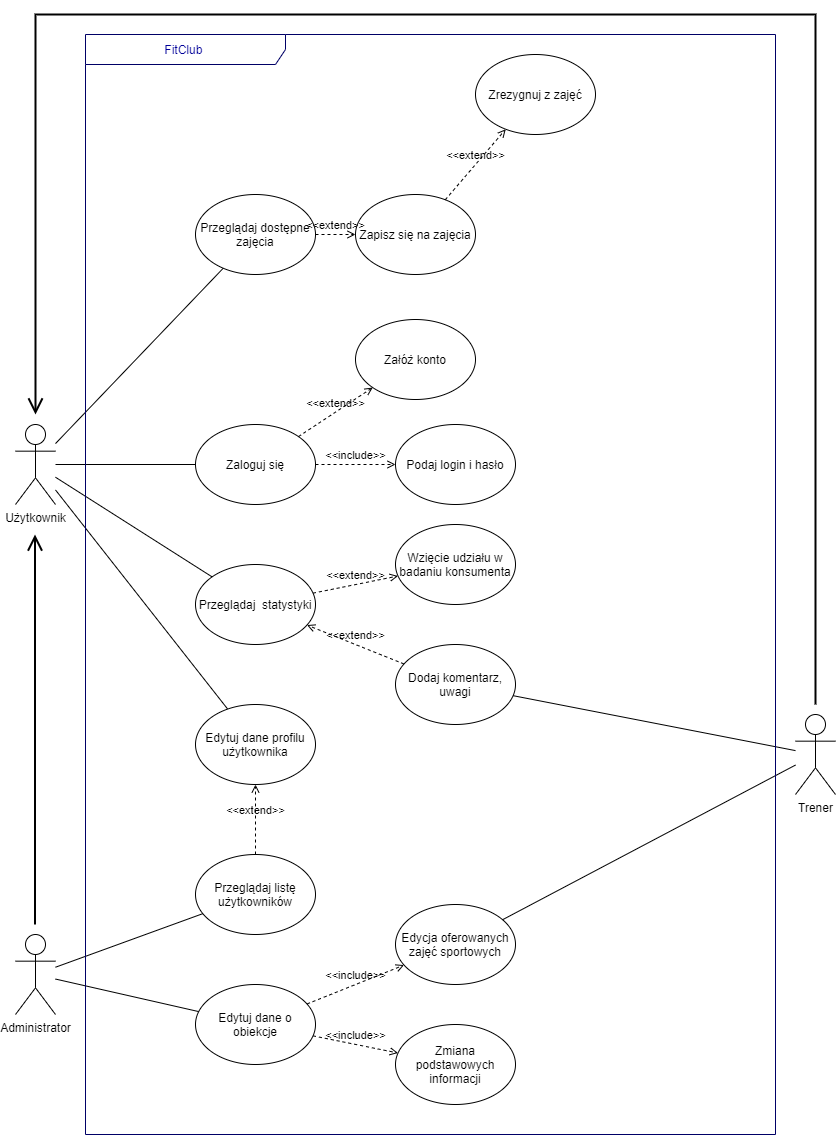
Earlier version of the draw.io export documentation/UseCaseDiagram/FitClub_Use_Case_Ogolny.png (piotr-jadczak/ProjektFitness-Spring-Boot-Aplication). Source tidied: cells renumbered, new cells last; positions are measured from the earlier drawing's top-left corner, leaving out a move shared by most shapes.
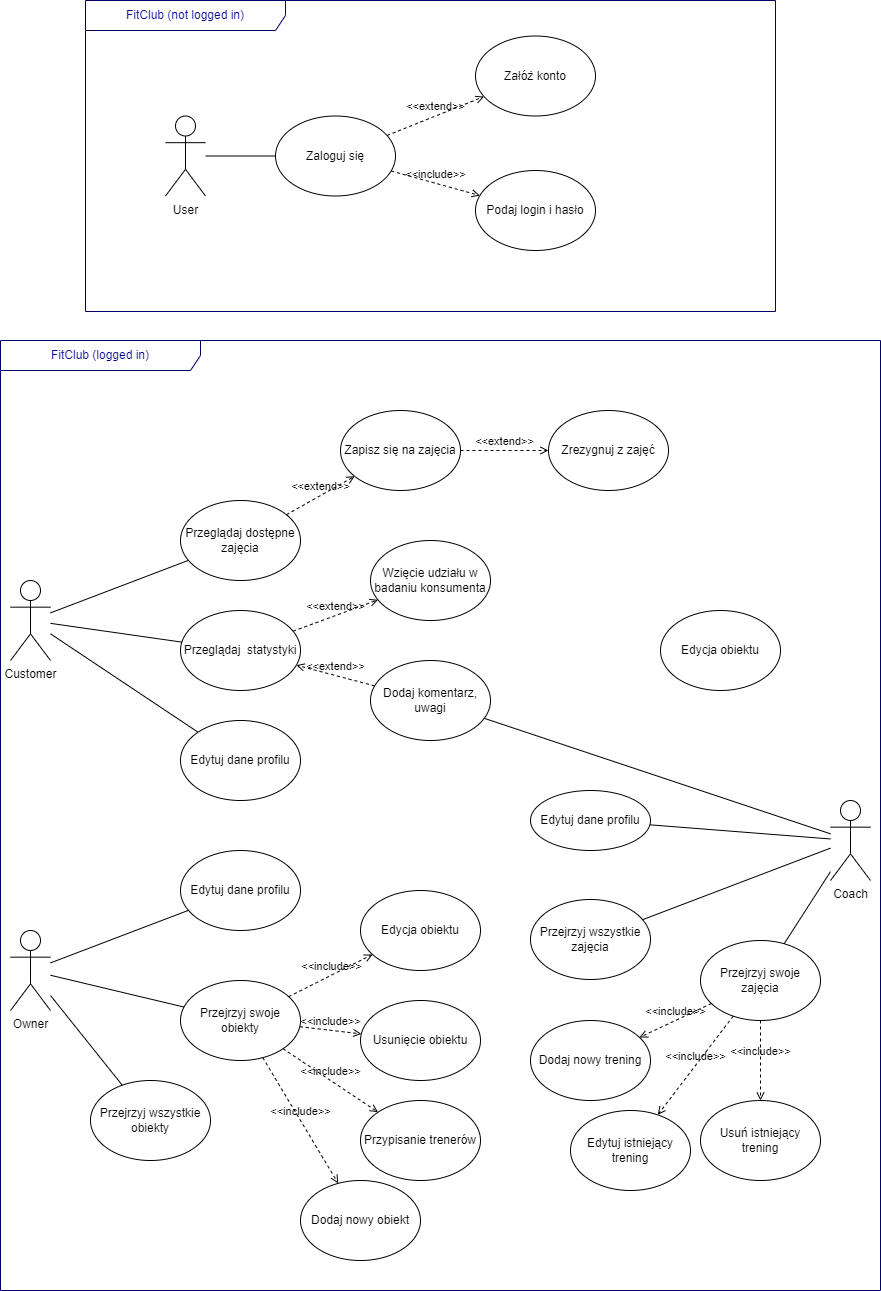
After the change.

Commit message:
Update Use_Case_Diagram_Ogolny

The edit, as a diff of the source:
```diff
@@ -2,126 +2,167 @@
   <root>
     <mxCell id="0" />
     <mxCell id="1" parent="0" />
-    <mxCell id="2" value="Użytkownik" style="shape=umlActor;verticalLabelPosition=bottom;verticalAlign=top;html=1;outlineConnect=0;" parent="1" vertex="1">
-      <mxGeometry y="410" width="40" height="80" as="geometry" />
-    </mxCell>
+    <mxCell id="39" value="Customer" style="shape=umlActor;verticalLabelPosition=bottom;verticalAlign=top;html=1;outlineConnect=0;" parent="1" vertex="1">
+      <mxGeometry x="20" y="270" width="40" height="80" as="geometry" />
+    </mxCell>
     <mxCell id="3" value="Zaloguj się" style="ellipse;whiteSpace=wrap;html=1;fontColor=#000000;" parent="1" vertex="1">
-      <mxGeometry x="180" y="410" width="120" height="80" as="geometry" />
+      <mxGeometry x="285" y="-194.5" width="120" height="80" as="geometry" />
     </mxCell>
-    <mxCell id="4" style="endArrow=none;html=1;rounded=0;fontColor=#000000;" parent="1" edge="1" source="2" target="3">
-      <mxGeometry relative="1" as="geometry" />
-    </mxCell>
     <mxCell id="5" value="&amp;lt;&amp;lt;extend&amp;gt;&amp;gt;" style="html=1;verticalAlign=bottom;labelBackgroundColor=none;endArrow=open;endFill=0;dashed=1;rounded=0;fontColor=#000000;" parent="1" edge="1" source="3" target="6">
       <mxGeometry relative="1" as="geometry" />
     </mxCell>
     <mxCell id="6" value="Załóż konto" style="ellipse;whiteSpace=wrap;html=1;fontColor=#000000;" parent="1" vertex="1">
-      <mxGeometry x="340" y="305" width="120" height="80" as="geometry" />
+      <mxGeometry x="485" y="-274.5" width="120" height="80" as="geometry" />
     </mxCell>
     <mxCell id="7" value="&amp;lt;&amp;lt;include&amp;gt;&amp;gt;" style="html=1;verticalAlign=bottom;labelBackgroundColor=none;endArrow=open;endFill=0;dashed=1;rounded=0;fontColor=#000000;" parent="1" edge="1" source="3" target="8">
       <mxGeometry relative="1" as="geometry" />
     </mxCell>
     <mxCell id="8" value="Podaj login i hasło" style="ellipse;whiteSpace=wrap;html=1;fontColor=#000000;" parent="1" vertex="1">
-      <mxGeometry x="380" y="410" width="120" height="80" as="geometry" />
+      <mxGeometry x="485" y="-140" width="120" height="80" as="geometry" />
     </mxCell>
     <mxCell id="9" value="Przeglądaj&amp;nbsp; statystyki" style="ellipse;whiteSpace=wrap;html=1;fontColor=#000000;" parent="1" vertex="1">
-      <mxGeometry x="180" y="550" width="120" height="80" as="geometry" />
+      <mxGeometry x="190" y="300" width="120" height="80" as="geometry" />
     </mxCell>
     <mxCell id="10" value="Wzięcie udziału w badaniu konsumenta" style="ellipse;whiteSpace=wrap;html=1;fontColor=#000000;" parent="1" vertex="1">
-      <mxGeometry x="380" y="510" width="120" height="80" as="geometry" />
+      <mxGeometry x="380" y="230" width="120" height="80" as="geometry" />
     </mxCell>
     <mxCell id="11" value="&amp;lt;&amp;lt;extend&amp;gt;&amp;gt;" style="html=1;verticalAlign=bottom;labelBackgroundColor=none;endArrow=open;endFill=0;dashed=1;rounded=0;fontColor=#000000;" parent="1" edge="1" source="12" target="9">
       <mxGeometry relative="1" as="geometry" />
     </mxCell>
     <mxCell id="12" value="Dodaj komentarz, uwagi" style="ellipse;whiteSpace=wrap;html=1;fontColor=#000000;" parent="1" vertex="1">
-      <mxGeometry x="380" y="630" width="120" height="80" as="geometry" />
+      <mxGeometry x="380" y="350" width="120" height="80" as="geometry" />
     </mxCell>
     <mxCell id="13" value="&amp;lt;&amp;lt;extend&amp;gt;&amp;gt;" style="html=1;verticalAlign=bottom;labelBackgroundColor=none;endArrow=open;endFill=0;dashed=1;rounded=0;fontColor=#000000;" parent="1" edge="1" source="9" target="10">
       <mxGeometry relative="1" as="geometry" />
     </mxCell>
-    <mxCell id="14" style="endArrow=none;html=1;rounded=0;fontColor=#000000;" parent="1" edge="1" source="2" target="9">
-      <mxGeometry relative="1" as="geometry" />
-    </mxCell>
-    <mxCell id="15" value="Trener" style="shape=umlActor;verticalLabelPosition=bottom;verticalAlign=top;html=1;outlineConnect=0;" parent="1" vertex="1">
-      <mxGeometry x="780" y="700" width="40" height="80" as="geometry" />
-    </mxCell>
-    <mxCell id="16" style="endArrow=none;html=1;rounded=0;fontColor=#000000;" parent="1" edge="1" source="12" target="15">
-      <mxGeometry relative="1" as="geometry" />
-    </mxCell>
-    <mxCell id="17" value="Administrator" style="shape=umlActor;verticalLabelPosition=bottom;verticalAlign=top;html=1;outlineConnect=0;" parent="1" vertex="1">
-      <mxGeometry y="920" width="40" height="80" as="geometry" />
-    </mxCell>
-    <mxCell id="18" value="Edytuj dane o obiekcje" style="ellipse;whiteSpace=wrap;html=1;fontColor=#000000;" parent="1" vertex="1">
-      <mxGeometry x="180" y="970" width="120" height="80" as="geometry" />
-    </mxCell>
-    <mxCell id="19" style="endArrow=none;html=1;rounded=0;fontColor=#000000;" parent="1" edge="1" source="17" target="18">
-      <mxGeometry relative="1" as="geometry" />
-    </mxCell>
-    <mxCell id="20" value="&amp;lt;&amp;lt;include&amp;gt;&amp;gt;" style="html=1;verticalAlign=bottom;labelBackgroundColor=none;endArrow=open;endFill=0;dashed=1;rounded=0;fontColor=#000000;" parent="1" edge="1" source="18" target="21">
-      <mxGeometry relative="1" as="geometry" />
-    </mxCell>
-    <mxCell id="21" value="Zmiana podstawowych informacji" style="ellipse;whiteSpace=wrap;html=1;fontColor=#000000;" parent="1" vertex="1">
-      <mxGeometry x="380" y="1010" width="120" height="80" as="geometry" />
-    </mxCell>
-    <mxCell id="22" value="Edycja oferowanych zajęć sportowych" style="ellipse;whiteSpace=wrap;html=1;fontColor=#000000;" parent="1" vertex="1">
-      <mxGeometry x="380" y="890" width="120" height="80" as="geometry" />
-    </mxCell>
-    <mxCell id="23" value="&amp;lt;&amp;lt;include&amp;gt;&amp;gt;" style="html=1;verticalAlign=bottom;labelBackgroundColor=none;endArrow=open;endFill=0;dashed=1;rounded=0;fontColor=#000000;" parent="1" edge="1" source="18" target="22">
-      <mxGeometry relative="1" as="geometry" />
-    </mxCell>
-    <mxCell id="24" style="endArrow=none;html=1;rounded=0;fontColor=#000000;" parent="1" edge="1" source="22" target="15">
-      <mxGeometry relative="1" as="geometry" />
-    </mxCell>
-    <mxCell id="25" value="Przeglądaj listę użytkowników" style="ellipse;whiteSpace=wrap;html=1;fontColor=#000000;" parent="1" vertex="1">
-      <mxGeometry x="180" y="840" width="120" height="80" as="geometry" />
-    </mxCell>
-    <mxCell id="26" style="endArrow=none;html=1;rounded=0;fontColor=#000000;" parent="1" edge="1" source="17" target="25">
-      <mxGeometry relative="1" as="geometry" />
-    </mxCell>
-    <mxCell id="27" style="endArrow=none;html=1;rounded=0;fontColor=#000000;" parent="1" edge="1" source="2" target="28">
-      <mxGeometry relative="1" as="geometry" />
-    </mxCell>
-    <mxCell id="28" value="Edytuj dane profilu użytkownika" style="ellipse;whiteSpace=wrap;html=1;fontColor=#000000;" parent="1" vertex="1">
-      <mxGeometry x="180" y="690" width="120" height="80" as="geometry" />
-    </mxCell>
-    <mxCell id="29" value="&amp;lt;&amp;lt;extend&amp;gt;&amp;gt;" style="html=1;verticalAlign=bottom;labelBackgroundColor=none;endArrow=open;endFill=0;dashed=1;rounded=0;fontColor=#000000;" parent="1" edge="1" source="25" target="28">
-      <mxGeometry relative="1" as="geometry" />
-    </mxCell>
+    <mxCell id="40" style="endArrow=none;html=1;rounded=0;fontColor=#000000;" parent="1" edge="1" source="39" target="9">
+      <mxGeometry relative="1" as="geometry" />
+    </mxCell>
+    <mxCell id="41" value="Coach" style="shape=umlActor;verticalLabelPosition=bottom;verticalAlign=top;html=1;outlineConnect=0;" parent="1" vertex="1">
+      <mxGeometry x="840" y="490" width="40" height="80" as="geometry" />
+    </mxCell>
+    <mxCell id="42" style="endArrow=none;html=1;rounded=0;fontColor=#000000;" parent="1" edge="1" source="12" target="41">
+      <mxGeometry relative="1" as="geometry" />
+    </mxCell>
+    <mxCell id="43" value="Owner" style="shape=umlActor;verticalLabelPosition=bottom;verticalAlign=top;html=1;outlineConnect=0;" parent="1" vertex="1">
+      <mxGeometry x="20" y="620" width="40" height="80" as="geometry" />
+    </mxCell>
+    <mxCell id="44" value="Przejrzyj swoje obiekty" style="ellipse;whiteSpace=wrap;html=1;fontColor=#000000;" parent="1" vertex="1">
+      <mxGeometry x="190" y="670" width="120" height="80" as="geometry" />
+    </mxCell>
+    <mxCell id="45" style="endArrow=none;html=1;rounded=0;fontColor=#000000;" parent="1" edge="1" source="43" target="44">
+      <mxGeometry relative="1" as="geometry" />
+    </mxCell>
+    <mxCell id="46" value="&amp;lt;&amp;lt;include&amp;gt;&amp;gt;" style="html=1;verticalAlign=bottom;labelBackgroundColor=none;endArrow=open;endFill=0;dashed=1;rounded=0;fontColor=#000000;" parent="1" edge="1" source="44" target="47">
+      <mxGeometry relative="1" as="geometry" />
+    </mxCell>
+    <mxCell id="47" value="Edycja obiektu" style="ellipse;whiteSpace=wrap;html=1;fontColor=#000000;" parent="1" vertex="1">
+      <mxGeometry x="370" y="580" width="120" height="80" as="geometry" />
+    </mxCell>
+    <mxCell id="48" value="Przejrzyj wszystkie zajęcia" style="ellipse;whiteSpace=wrap;html=1;fontColor=#000000;direction=west;" parent="1" vertex="1">
+      <mxGeometry x="540" y="589" width="120" height="80" as="geometry" />
+    </mxCell>
+    <mxCell id="49" style="endArrow=none;html=1;rounded=0;fontColor=#000000;" parent="1" edge="1" source="48" target="41">
+      <mxGeometry relative="1" as="geometry" />
+    </mxCell>
+    <mxCell id="50" value="Edytuj dane profilu" style="ellipse;whiteSpace=wrap;html=1;fontColor=#000000;" parent="1" vertex="1">
+      <mxGeometry x="190" y="540" width="120" height="80" as="geometry" />
+    </mxCell>
+    <mxCell id="51" style="endArrow=none;html=1;rounded=0;fontColor=#000000;" parent="1" edge="1" source="43" target="50">
+      <mxGeometry relative="1" as="geometry" />
+    </mxCell>
+    <mxCell id="52" style="endArrow=none;html=1;rounded=0;fontColor=#000000;" parent="1" edge="1" source="39" target="53">
+      <mxGeometry relative="1" as="geometry" />
+    </mxCell>
+    <mxCell id="53" value="Edytuj dane profilu" style="ellipse;whiteSpace=wrap;html=1;fontColor=#000000;" parent="1" vertex="1">
+      <mxGeometry x="190" y="410" width="120" height="80" as="geometry" />
+    </mxCell>
     <mxCell id="30" value="Przeglądaj dostępne zajęcia" style="ellipse;whiteSpace=wrap;html=1;fontColor=#000000;" parent="1" vertex="1">
-      <mxGeometry x="180" y="180" width="120" height="80" as="geometry" />
+      <mxGeometry x="190" y="190" width="120" height="80" as="geometry" />
     </mxCell>
     <mxCell id="31" value="Zapisz się na zajęcia" style="ellipse;whiteSpace=wrap;html=1;fontColor=#000000;" parent="1" vertex="1">
-      <mxGeometry x="340" y="180" width="120" height="80" as="geometry" />
+      <mxGeometry x="350" y="100" width="120" height="80" as="geometry" />
     </mxCell>
     <mxCell id="32" value="Zrezygnuj z zajęć" style="ellipse;whiteSpace=wrap;html=1;fontColor=#000000;" parent="1" vertex="1">
-      <mxGeometry x="460" y="40" width="120" height="80" as="geometry" />
+      <mxGeometry x="558" y="100" width="120" height="80" as="geometry" />
     </mxCell>
     <mxCell id="33" value="&amp;lt;&amp;lt;extend&amp;gt;&amp;gt;" style="html=1;verticalAlign=bottom;labelBackgroundColor=none;endArrow=open;endFill=0;dashed=1;rounded=0;fontColor=#000000;" parent="1" edge="1" source="30" target="31">
       <mxGeometry relative="1" as="geometry" />
     </mxCell>
-    <mxCell id="34" style="endArrow=none;html=1;rounded=0;fontColor=#000000;" parent="1" edge="1" source="2" target="30">
-      <mxGeometry relative="1" as="geometry" />
-    </mxCell>
+    <mxCell id="54" style="endArrow=none;html=1;rounded=0;fontColor=#000000;" parent="1" edge="1" source="39" target="30">
+      <mxGeometry relative="1" as="geometry" />
+    </mxCell>
     <mxCell id="35" value="&amp;lt;&amp;lt;extend&amp;gt;&amp;gt;" style="html=1;verticalAlign=bottom;labelBackgroundColor=none;endArrow=open;endFill=0;dashed=1;rounded=0;fontColor=#000000;" parent="1" edge="1" source="31" target="32">
       <mxGeometry relative="1" as="geometry" />
     </mxCell>
-    <mxCell id="36" style="endArrow=open;endFill=1;endSize=12;html=1;rounded=0;strokeWidth=2;" parent="1" edge="1">
-      <mxGeometry relative="1" as="geometry">
-        <mxPoint x="800" y="690" as="sourcePoint" />
-        <mxPoint x="20" y="400" as="targetPoint" />
-        <Array as="points">
-          <mxPoint x="800" />
-          <mxPoint x="20" />
-        </Array>
-      </mxGeometry>
-    </mxCell>
-    <mxCell id="37" style="endArrow=open;endFill=1;endSize=12;html=1;rounded=0;strokeWidth=2;" parent="1" edge="1">
-      <mxGeometry relative="1" as="geometry">
-        <mxPoint x="19.5" y="910" as="sourcePoint" />
-        <mxPoint x="19.5" y="520" as="targetPoint" />
-      </mxGeometry>
-    </mxCell>
-    <mxCell id="38" value="FitClub&amp;nbsp;" style="shape=umlFrame;whiteSpace=wrap;html=1;strokeWidth=1;fillColor=none;width=200;height=30;fontColor=#000099;strokeColor=#000066;" parent="1" vertex="1">
-      <mxGeometry x="70" y="20" width="690" height="1100" as="geometry" />
-    </mxCell>
+    <mxCell id="55" value="FitClub (logged in)" style="shape=umlFrame;whiteSpace=wrap;html=1;strokeWidth=1;fillColor=none;width=200;height=30;fontColor=#000099;strokeColor=#000066;" parent="1" vertex="1">
+      <mxGeometry x="10" y="30" width="880" height="950" as="geometry" />
+    </mxCell>
+    <mxCell id="56" value="&lt;span&gt;Edytuj dane profilu&lt;/span&gt;" style="ellipse;whiteSpace=wrap;html=1;" parent="1" vertex="1">
+      <mxGeometry x="540" y="480" width="120" height="60" as="geometry" />
+    </mxCell>
+    <mxCell id="57" style="endArrow=none;html=1;rounded=0;fontColor=#000000;" parent="1" edge="1" source="56" target="41">
+      <mxGeometry relative="1" as="geometry" />
+    </mxCell>
+    <mxCell id="58" value="FitClub (not logged in)" style="shape=umlFrame;whiteSpace=wrap;html=1;strokeWidth=1;fillColor=none;width=200;height=30;fontColor=#000099;strokeColor=#000066;" parent="1" vertex="1">
+      <mxGeometry x="95" y="-310" width="690" height="311" as="geometry" />
+    </mxCell>
+    <mxCell id="59" style="jettySize=auto;html=1;endArrow=none;endFill=0;strokeColor=default;rounded=0;" parent="1" edge="1" source="60" target="3">
+      <mxGeometry relative="1" as="geometry" />
+    </mxCell>
+    <mxCell id="60" value="User" style="shape=umlActor;verticalLabelPosition=bottom;verticalAlign=top;html=1;outlineConnect=0;" parent="1" vertex="1">
+      <mxGeometry x="175" y="-194.5" width="40" height="80" as="geometry" />
+    </mxCell>
+    <mxCell id="61" value="Usunięcie obiektu" style="ellipse;whiteSpace=wrap;html=1;fontColor=#000000;" parent="1" vertex="1">
+      <mxGeometry x="370" y="690" width="120" height="80" as="geometry" />
+    </mxCell>
+    <mxCell id="62" value="&amp;lt;&amp;lt;include&amp;gt;&amp;gt;" style="html=1;verticalAlign=bottom;labelBackgroundColor=none;endArrow=open;endFill=0;dashed=1;rounded=0;fontColor=#000000;" parent="1" edge="1" source="44" target="61">
+      <mxGeometry relative="1" as="geometry" />
+    </mxCell>
+    <mxCell id="63" value="Przejrzyj wszystkie obiekty" style="ellipse;whiteSpace=wrap;html=1;fontColor=#000000;" parent="1" vertex="1">
+      <mxGeometry x="100" y="770" width="120" height="80" as="geometry" />
+    </mxCell>
+    <mxCell id="64" value="Przypisanie trenerów" style="ellipse;whiteSpace=wrap;html=1;fontColor=#000000;" parent="1" vertex="1">
+      <mxGeometry x="370" y="790" width="120" height="80" as="geometry" />
+    </mxCell>
+    <mxCell id="65" value="&amp;lt;&amp;lt;include&amp;gt;&amp;gt;" style="html=1;verticalAlign=bottom;labelBackgroundColor=none;endArrow=open;endFill=0;dashed=1;rounded=0;fontColor=#000000;" parent="1" edge="1" source="44" target="64">
+      <mxGeometry relative="1" as="geometry" />
+    </mxCell>
+    <mxCell id="66" style="endArrow=none;html=1;rounded=0;fontColor=#000000;" parent="1" edge="1" source="43" target="63">
+      <mxGeometry relative="1" as="geometry" />
+    </mxCell>
+    <mxCell id="67" value="Przejrzyj swoje zajęcia" style="ellipse;whiteSpace=wrap;html=1;fontColor=#000000;" parent="1" vertex="1">
+      <mxGeometry x="710" y="630" width="120" height="80" as="geometry" />
+    </mxCell>
+    <mxCell id="68" style="endArrow=none;html=1;rounded=0;fontColor=#000000;" parent="1" edge="1" source="67" target="41">
+      <mxGeometry relative="1" as="geometry" />
+    </mxCell>
+    <mxCell id="69" value="Edycja obiektu" style="ellipse;whiteSpace=wrap;html=1;fontColor=#000000;" parent="1" vertex="1">
+      <mxGeometry x="670" y="300" width="120" height="80" as="geometry" />
+    </mxCell>
+    <mxCell id="70" value="&amp;lt;&amp;lt;include&amp;gt;&amp;gt;" style="html=1;verticalAlign=bottom;labelBackgroundColor=none;endArrow=open;endFill=0;dashed=1;rounded=0;fontColor=#000000;" parent="1" edge="1" source="44" target="71">
+      <mxGeometry relative="1" as="geometry" />
+    </mxCell>
+    <mxCell id="71" value="Dodaj nowy obiekt" style="ellipse;whiteSpace=wrap;html=1;fontColor=#000000;" parent="1" vertex="1">
+      <mxGeometry x="310" y="870" width="120" height="80" as="geometry" />
+    </mxCell>
+    <mxCell id="72" value="Dodaj nowy trening" style="ellipse;whiteSpace=wrap;html=1;fontColor=#000000;" parent="1" vertex="1">
+      <mxGeometry x="540" y="710" width="120" height="80" as="geometry" />
+    </mxCell>
+    <mxCell id="73" value="&amp;lt;&amp;lt;include&amp;gt;&amp;gt;" style="html=1;verticalAlign=bottom;labelBackgroundColor=none;endArrow=open;endFill=0;dashed=1;rounded=0;fontColor=#000000;" parent="1" edge="1" source="67" target="72">
+      <mxGeometry relative="1" as="geometry" />
+    </mxCell>
+    <mxCell id="74" value="Edytuj istniejący trening" style="ellipse;whiteSpace=wrap;html=1;fontColor=#000000;" parent="1" vertex="1">
+      <mxGeometry x="580" y="800" width="120" height="80" as="geometry" />
+    </mxCell>
+    <mxCell id="75" value="&amp;lt;&amp;lt;include&amp;gt;&amp;gt;" style="html=1;verticalAlign=bottom;labelBackgroundColor=none;endArrow=open;endFill=0;dashed=1;rounded=0;fontColor=#000000;" parent="1" edge="1" source="67" target="74">
+      <mxGeometry relative="1" as="geometry" />
+    </mxCell>
+    <mxCell id="76" value="Usuń istniejący trening" style="ellipse;whiteSpace=wrap;html=1;fontColor=#000000;" parent="1" vertex="1">
+      <mxGeometry x="710" y="790" width="120" height="80" as="geometry" />
+    </mxCell>
+    <mxCell id="77" value="&amp;lt;&amp;lt;include&amp;gt;&amp;gt;" style="html=1;verticalAlign=bottom;labelBackgroundColor=none;endArrow=open;endFill=0;dashed=1;rounded=0;fontColor=#000000;" parent="1" edge="1" source="67" target="76">
+      <mxGeometry relative="1" as="geometry" />
+    </mxCell>
   </root>
 </mxGraphModel>
```
